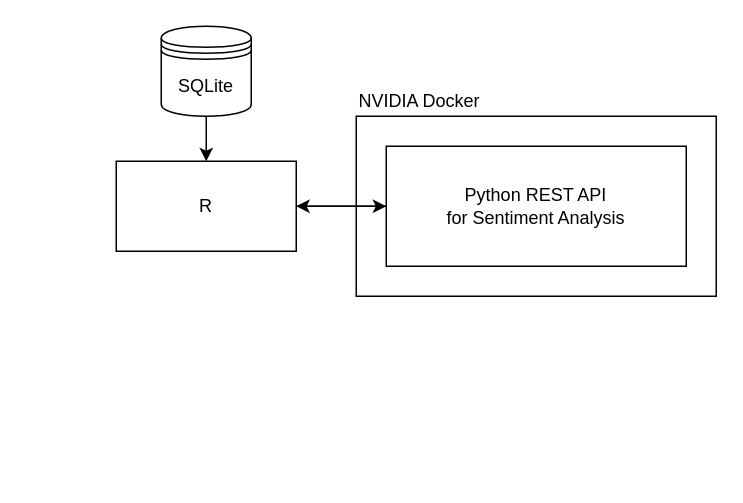
Above: reports/images/sentiment_analysis.drawio in HyunP-dev/Social-Science-Study-using-AI-Final-Project (draw.io), before the change. Source tidied: cells renumbered, new cells numbered last; positions are measured from the earlier drawing's top-left corner, leaving out a move shared by most shapes. Both pictures are drawn from the tidied source at 150%, with x=0, y=0 at pixel (116, 26).
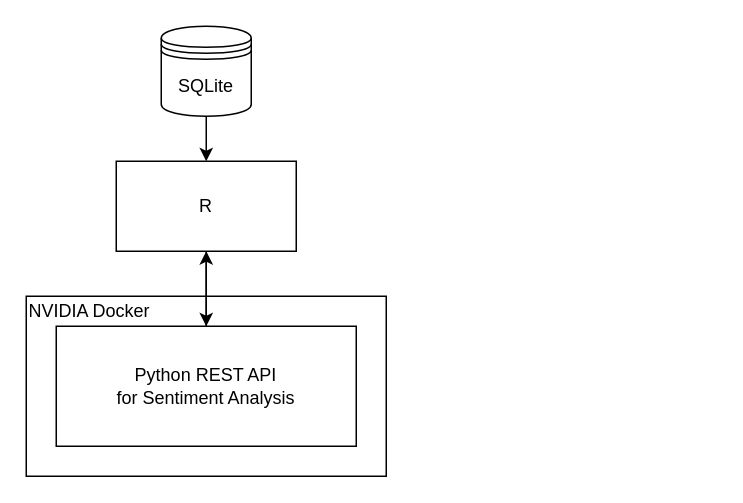
After the change.

Diff of the diagram source:
```diff
@@
 <mxGraphModel>
   <root>
     <mxCell id="0" />
     <mxCell id="1" parent="0" />
     <mxCell id="2" style="rounded=0;whiteSpace=wrap;html=1;" parent="1" vertex="1">
-      <mxGeometry x="160" y="60" width="240" height="120" as="geometry" />
+      <mxGeometry x="-60" y="180" width="240" height="120" as="geometry" />
     </mxCell>
-    <mxCell id="3" style="edgeStyle=none;html=1;exitX=0;exitY=0.5;exitDx=0;exitDy=0;entryX=1;entryY=0.5;entryDx=0;entryDy=0;" parent="1" edge="1" source="4" target="7">
-      <mxGeometry relative="1" as="geometry" />
-    </mxCell>
+    <mxCell id="10" style="edgeStyle=orthogonalEdgeStyle;rounded=0;jettySize=auto;html=1;exitX=0.5;exitY=0;exitDx=0;exitDy=0;entryX=0.5;entryY=1;entryDx=0;entryDy=0;" parent="1" edge="1" source="4" target="7">
+      <mxGeometry relative="1" as="geometry" />
+    </mxCell>
     <mxCell id="4" value="Python REST API&lt;br&gt;for Sentiment Analysis" style="rounded=0;whiteSpace=wrap;html=1;" parent="1" vertex="1">
-      <mxGeometry x="180" y="80" width="200" height="80" as="geometry" />
+      <mxGeometry x="-40" y="200" width="200" height="80" as="geometry" />
     </mxCell>
     <mxCell id="5" value="NVIDIA Docker" style="text;html=1;strokeColor=none;fillColor=none;align=left;verticalAlign=middle;whiteSpace=wrap;rounded=0;" parent="1" vertex="1">
-      <mxGeometry x="160" y="40" width="90" height="20" as="geometry" />
+      <mxGeometry x="-60" y="180" width="90" height="20" as="geometry" />
     </mxCell>
-    <mxCell id="6" style="edgeStyle=none;html=1;exitX=1;exitY=0.5;exitDx=0;exitDy=0;entryX=0;entryY=0.5;entryDx=0;entryDy=0;" parent="1" edge="1" source="7" target="4">
-      <mxGeometry relative="1" as="geometry" />
-    </mxCell>
+    <mxCell id="3" style="edgeStyle=none;html=1;exitX=0.5;exitY=1;exitDx=0;exitDy=0;" parent="1" edge="1" source="7" target="4">
+      <mxGeometry relative="1" as="geometry" />
+    </mxCell>
     <mxCell id="7" value="R" style="rounded=0;whiteSpace=wrap;html=1;" parent="1" vertex="1">
       <mxGeometry y="90" width="120" height="60" as="geometry" />
     </mxCell>
     <mxCell id="8" style="edgeStyle=none;html=1;exitX=0.5;exitY=1;exitDx=0;exitDy=0;entryX=0.5;entryY=0;entryDx=0;entryDy=0;" parent="1" edge="1" source="9" target="7">
       <mxGeometry relative="1" as="geometry" />
     </mxCell>
     <mxCell id="9" value="SQLite" style="shape=datastore;whiteSpace=wrap;html=1;fontSize=12;" parent="1" vertex="1">
       <mxGeometry x="30" width="60" height="60" as="geometry" />
     </mxCell>
   </root>
 </mxGraphModel>
```
